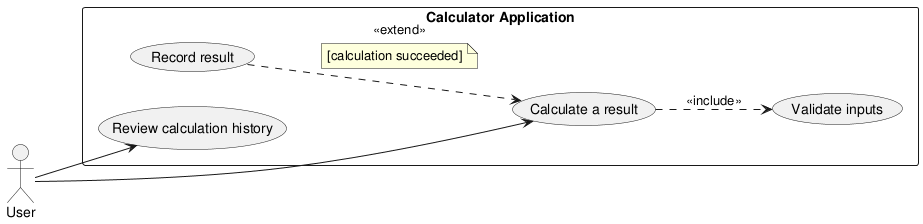
This is baseline/calculator/artifacts/use_case_diagram.png from DanielRiha8906/Software_autoevolution_using_agents, a PlantUML export, as it was before one commit. The source it was exported from:
```plantuml
@startuml use_case_diagram

<style>
usecaseDiagram {
  FontSize 13
  ActorFontSize 14
}
</style>

left to right direction

actor User

rectangle "Calculator Application" {
    usecase "Calculate a result"          as UC_Calc
    usecase "Review calculation history"  as UC_History
    usecase "Validate inputs"             as UC_Validate
    usecase "Record result"               as UC_Record
}

User --> UC_Calc
User --> UC_History

UC_Calc ..> UC_Validate : <<include>>

UC_Record ..> UC_Calc : <<extend>>
note on link : [calculation succeeded]

@enduml
```
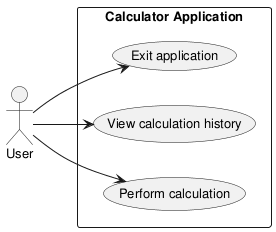
After the change.

The edit, as a diff of the source:
```diff
@@ -1,29 +1,20 @@
 @startuml use_case_diagram
 
-<style>
-usecaseDiagram {
-  FontSize 13
-  ActorFontSize 14
-}
-</style>
+skinparam defaultFontSize 13
 
 left to right direction
 
 actor User
 
 rectangle "Calculator Application" {
-    usecase "Calculate a result"          as UC_Calc
-    usecase "Review calculation history"  as UC_History
-    usecase "Validate inputs"             as UC_Validate
-    usecase "Record result"               as UC_Record
+    usecase "Perform calculation" as UC_Calc
+    usecase "View calculation history" as UC_History
+    usecase "Exit application" as UC_Exit
+
 }
 
 User --> UC_Calc
 User --> UC_History
-
-UC_Calc ..> UC_Validate : <<include>>
-
-UC_Record ..> UC_Calc : <<extend>>
-note on link : [calculation succeeded]
+User --> UC_Exit
 
 @enduml
```
